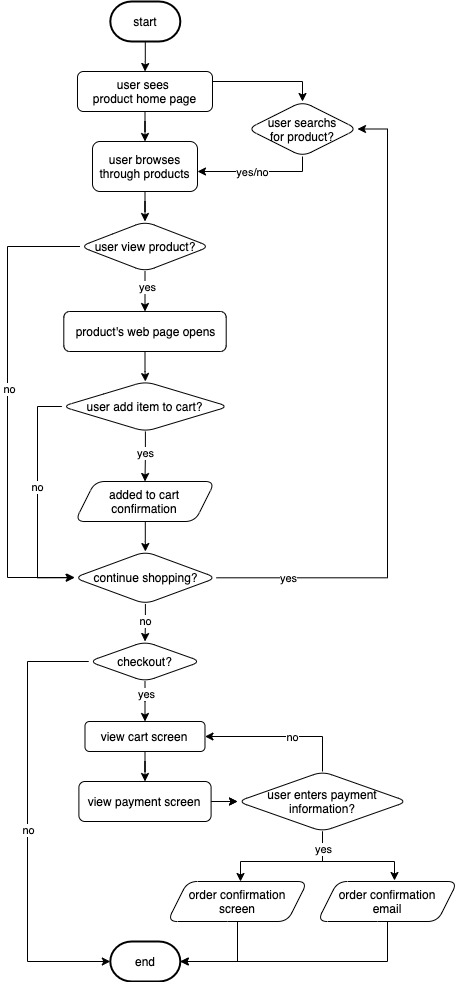
Earlier version of the draw.io export explore/diagramming/diagram.drawio.png (dorothyychou/fa21-cse110-lab4). Source tidied: cells renumbered, new cells last; positions are measured from the earlier drawing's top-left corner, leaving out a move shared by most shapes.
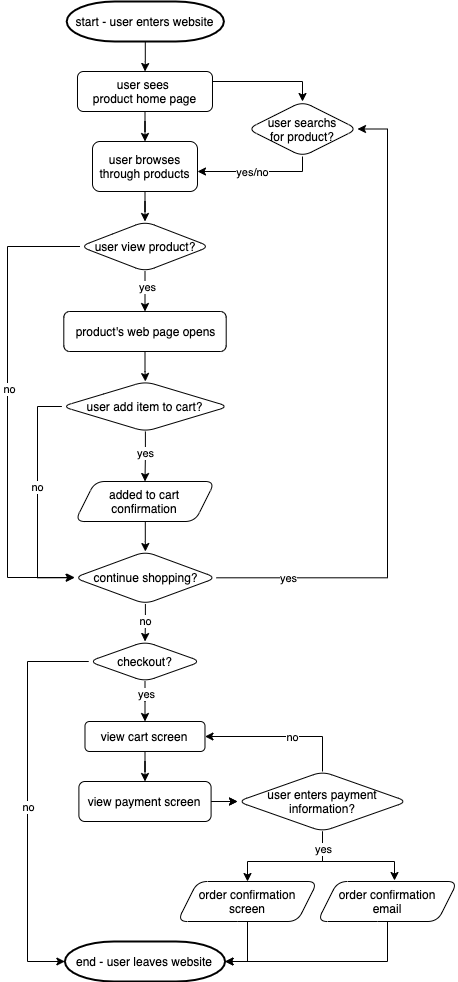
After the commit.

The edit, as a diff of the source:
```diff
@@ -5,8 +5,8 @@
     <mxCell id="2" style="edgeStyle=orthogonalEdgeStyle;rounded=0;jettySize=auto;html=1;" parent="1" edge="1" source="3" target="6">
       <mxGeometry relative="1" as="geometry" />
     </mxCell>
-    <mxCell id="3" value="&lt;font style=&quot;font-size: 12px&quot;&gt;start&lt;/font&gt;" style="strokeWidth=2;html=1;shape=mxgraph.flowchart.terminator;whiteSpace=wrap;" parent="1" vertex="1">
-      <mxGeometry x="102.8" width="70" height="40" as="geometry" />
+    <mxCell id="3" value="&lt;font style=&quot;font-size: 12px&quot;&gt;start - user enters website&lt;/font&gt;" style="strokeWidth=2;html=1;shape=mxgraph.flowchart.terminator;whiteSpace=wrap;" parent="1" vertex="1">
+      <mxGeometry x="59.2" width="157.2" height="40" as="geometry" />
     </mxCell>
     <mxCell id="4" style="edgeStyle=orthogonalEdgeStyle;rounded=0;jettySize=auto;html=1;" parent="1" edge="1" source="6" target="11">
       <mxGeometry relative="1" as="geometry" />
@@ -152,15 +152,14 @@
     <mxCell id="38" value="view payment screen" style="whiteSpace=wrap;html=1;rounded=1;dashed=0;" parent="1" vertex="1">
       <mxGeometry x="71.4" y="780" width="132.2" height="40" as="geometry" />
     </mxCell>
-    <mxCell id="39" value="&lt;font style=&quot;font-size: 12px&quot;&gt;end&lt;br&gt;&lt;/font&gt;" style="strokeWidth=2;html=1;shape=mxgraph.flowchart.terminator;whiteSpace=wrap;" parent="1" vertex="1">
-      <mxGeometry x="102.8" y="940" width="70" height="40" as="geometry" />
+    <mxCell id="39" value="&lt;font style=&quot;font-size: 12px&quot;&gt;end - user leaves website&lt;br&gt;&lt;/font&gt;" style="strokeWidth=2;html=1;shape=mxgraph.flowchart.terminator;whiteSpace=wrap;" parent="1" vertex="1">
+      <mxGeometry x="57.4" y="940" width="160.2" height="40" as="geometry" />
     </mxCell>
-    <mxCell id="40" style="edgeStyle=orthogonalEdgeStyle;rounded=0;jettySize=auto;html=1;" parent="1" edge="1" source="45">
+    <mxCell id="40" style="edgeStyle=orthogonalEdgeStyle;rounded=0;jettySize=auto;html=1;entryX=0.5;entryY=0;entryDx=0;entryDy=0;" parent="1" edge="1" source="45" target="50">
       <mxGeometry relative="1" as="geometry">
-        <mxPoint x="233" y="880" as="targetPoint" />
         <Array as="points">
           <mxPoint x="315" y="860" />
-          <mxPoint x="233" y="860" />
+          <mxPoint x="240" y="860" />
         </Array>
       </mxGeometry>
     </mxCell>
@@ -194,7 +193,8 @@
       <mxGeometry relative="1" as="geometry">
         <mxPoint x="230" y="920" as="sourcePoint" />
         <Array as="points">
-          <mxPoint x="230" y="960" />
+          <mxPoint x="240" y="920" />
+          <mxPoint x="240" y="960" />
         </Array>
       </mxGeometry>
     </mxCell>
@@ -213,7 +213,7 @@
       <mxGeometry x="67.5" y="480" width="140" height="40" as="geometry" />
     </mxCell>
     <mxCell id="50" value="&lt;span&gt;order confirmation&lt;br&gt;screen&lt;br&gt;&lt;/span&gt;" style="shape=parallelogram;perimeter=parallelogramPerimeter;whiteSpace=wrap;html=1;fixedSize=1;size=20;rounded=1;" parent="1" vertex="1">
-      <mxGeometry x="160" y="880" width="140" height="40" as="geometry" />
+      <mxGeometry x="170" y="880" width="140" height="40" as="geometry" />
     </mxCell>
   </root>
 </mxGraphModel>
```
